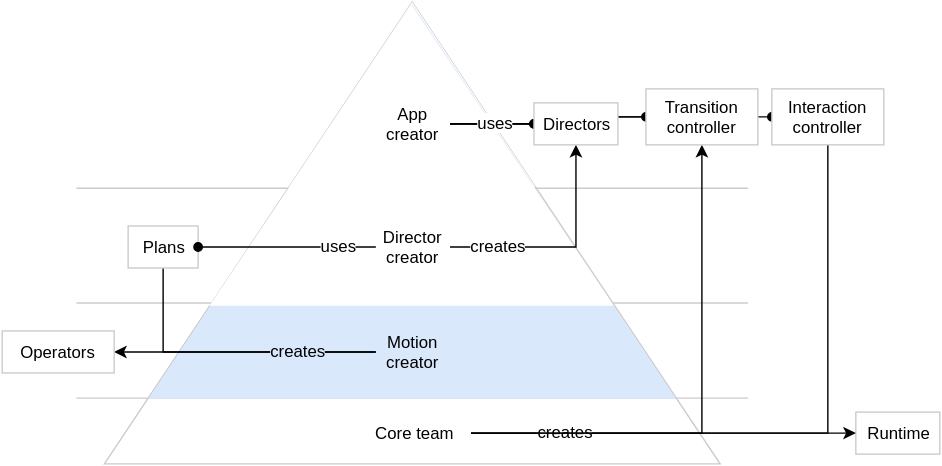
Before: assets/L3.svg, a diagram exported from draw.io (material-motion/material-motion). Source tidied: cells renumbered, new cells last; positions are measured from the earlier drawing's top-left corner, leaving out a move shared by most shapes.
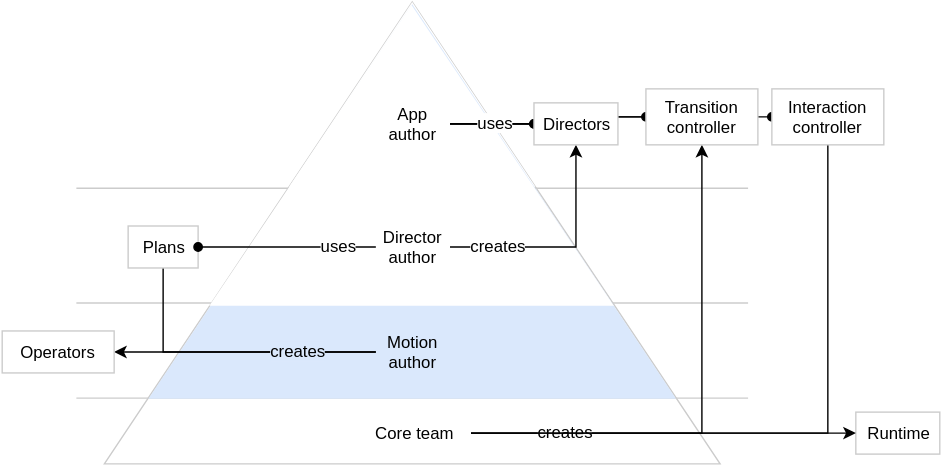
The same file after the commit.

Commit message:
Using "author" language

Change to the diagram source:
```diff
@@ -56,7 +56,7 @@
         <mxPoint x="96" y="-1" as="offset" />
       </mxGeometry>
     </mxCell>
-    <mxCell id="14" value="Motion creator" style="text;html=1;strokeColor=none;fillColor=none;align=center;verticalAlign=middle;whiteSpace=wrap;overflow=hidden;" parent="9" vertex="1">
+    <mxCell id="14" value="Motion author" style="text;html=1;strokeColor=none;fillColor=none;align=center;verticalAlign=middle;whiteSpace=wrap;overflow=hidden;" parent="9" vertex="1">
       <mxGeometry x="267" y="168" width="53" height="40" as="geometry" />
     </mxCell>
     <mxCell id="15" style="edgeStyle=orthogonalEdgeStyle;rounded=0;html=1;exitX=1;exitY=0.5;entryX=0.5;entryY=1;endArrow=classic;endFill=1;jettySize=auto;strokeColor=#000000;" parent="9" edge="1" source="17">
@@ -100,7 +100,7 @@
         <mxPoint x="4" y="-1" as="offset" />
       </mxGeometry>
     </mxCell>
-    <mxCell id="25" value="App creator" style="text;html=1;strokeColor=none;fillColor=none;align=center;verticalAlign=middle;whiteSpace=wrap;overflow=hidden;" parent="9" vertex="1">
+    <mxCell id="25" value="App author" style="text;html=1;strokeColor=none;fillColor=none;align=center;verticalAlign=middle;whiteSpace=wrap;overflow=hidden;" parent="9" vertex="1">
       <mxGeometry x="267" y="5" width="53" height="40" as="geometry" />
     </mxCell>
     <mxCell id="26" style="edgeStyle=orthogonalEdgeStyle;rounded=0;html=1;exitX=1;exitY=0.5;entryX=0;entryY=0.5;startArrow=none;startFill=0;endArrow=oval;endFill=1;jettySize=auto;strokeColor=#000000;" parent="9" edge="1" source="25" target="36">
@@ -119,7 +119,7 @@
         <mxPoint x="4" y="-1" as="offset" />
       </mxGeometry>
     </mxCell>
-    <mxCell id="29" value="Director creator" style="text;html=1;strokeColor=none;fillColor=none;align=center;verticalAlign=middle;whiteSpace=wrap;overflow=hidden;" parent="9" vertex="1">
+    <mxCell id="29" value="Director author" style="text;html=1;strokeColor=none;fillColor=none;align=center;verticalAlign=middle;whiteSpace=wrap;overflow=hidden;" parent="9" vertex="1">
       <mxGeometry x="267" y="93" width="53" height="40" as="geometry" />
     </mxCell>
     <mxCell id="30" style="edgeStyle=orthogonalEdgeStyle;rounded=0;html=1;exitX=1;exitY=0.5;entryX=0;entryY=0.5;endArrow=none;endFill=0;jettySize=auto;strokeColor=#000000;startArrow=oval;startFill=1;" parent="9" edge="1" source="22" target="29">
```
